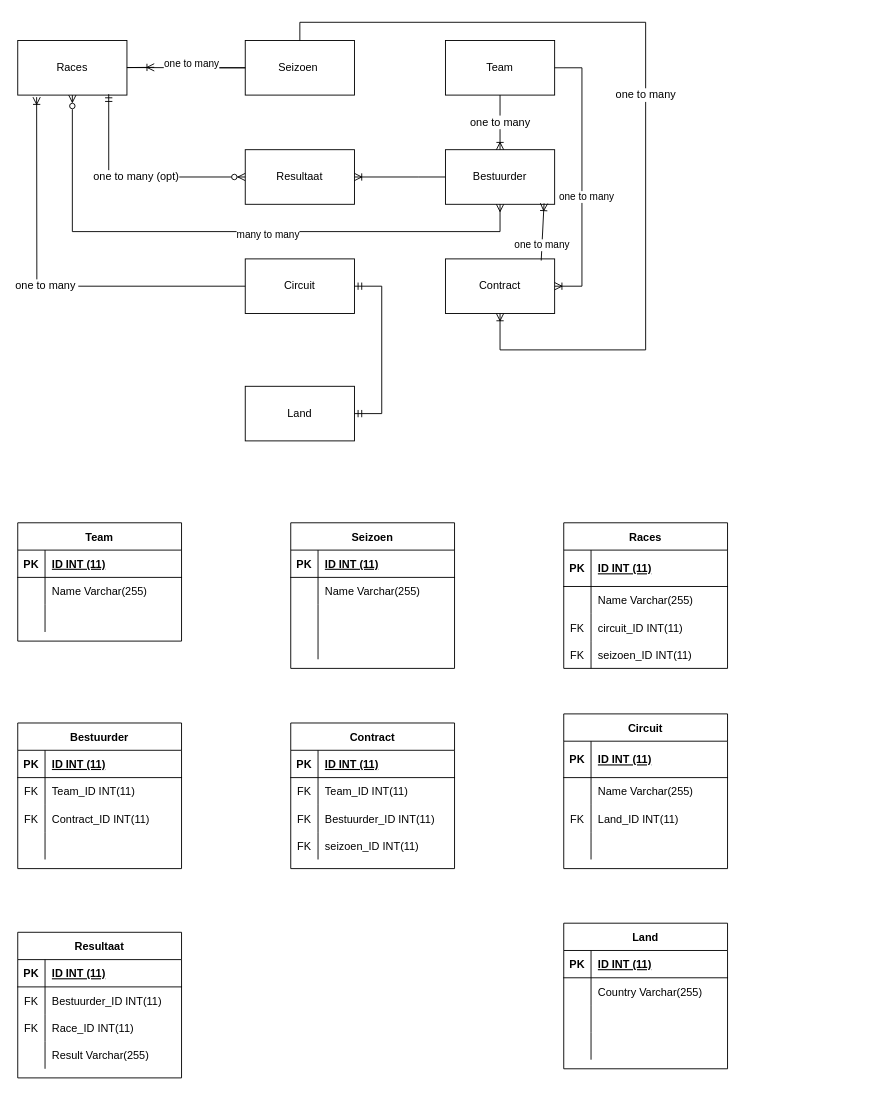
Earlier version of the draw.io diagram Untitled Diagram.drawio (Thijmen-Stegenga/ERD). Source tidied: cells renumbered, new cells numbered last; positions are measured from the earlier drawing's top-left corner, leaving out a move shared by most shapes. Both pictures are drawn from the tidied source at 91%, with x=0, y=0 at pixel (17, 22).
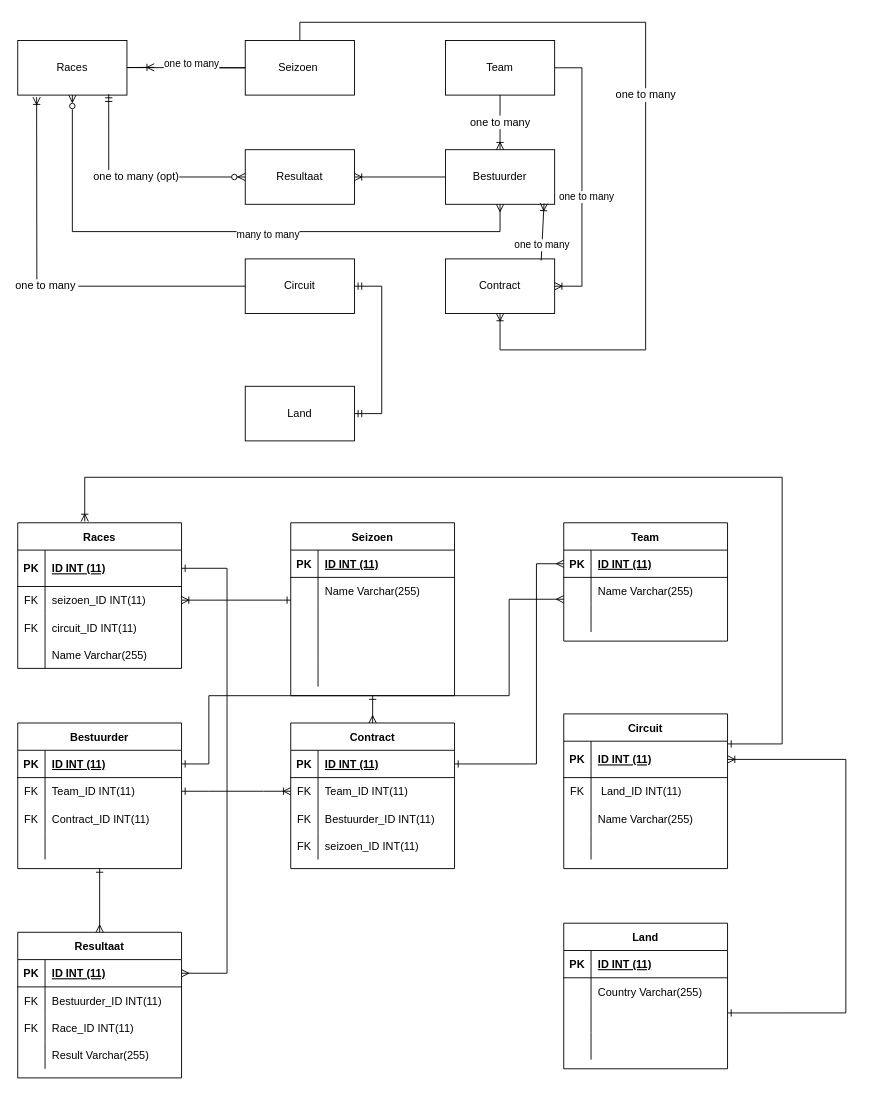
The same page after the edit.

Unchanged cells that the change refers to:
```xml
<mxCell id="25" style="shape=tableRow;horizontal=0;startSize=0;swimlaneHead=0;swimlaneBody=0;fillColor=none;points=[[0,0.5],[1,0.5]];portConstraint=eastwest;top=0;left=0;right=0;bottom=1;" parent="24" vertex="1">
  <mxGeometry y="30" width="180" height="40" as="geometry" />
</mxCell>
<mxCell id="28" style="shape=tableRow;horizontal=0;startSize=0;swimlaneHead=0;swimlaneBody=0;fillColor=none;points=[[0,0.5],[1,0.5]];portConstraint=eastwest;top=0;left=0;right=0;bottom=0;" parent="24" vertex="1">
  <mxGeometry y="70" width="180" height="30" as="geometry" />
</mxCell>
<mxCell id="34" style="shape=tableRow;horizontal=0;startSize=0;swimlaneHead=0;swimlaneBody=0;fillColor=none;top=0;left=0;right=0;bottom=0;" parent="24" vertex="1">
  <mxGeometry y="130" width="180" height="30" as="geometry" />
</mxCell>
<mxCell id="38" style="shape=tableRow;horizontal=0;startSize=0;swimlaneHead=0;swimlaneBody=0;fillColor=none;points=[[0,0.5],[1,0.5]];portConstraint=eastwest;top=0;left=0;right=0;bottom=1;" parent="37" vertex="1">
  <mxGeometry y="30" width="180" height="40" as="geometry" />
</mxCell>
<mxCell id="41" style="shape=tableRow;horizontal=0;startSize=0;swimlaneHead=0;swimlaneBody=0;fillColor=none;top=0;left=0;right=0;bottom=0;" parent="37" vertex="1">
  <mxGeometry y="70" width="180" height="30" as="geometry" />
</mxCell>
<mxCell id="44" style="shape=tableRow;horizontal=0;startSize=0;swimlaneHead=0;swimlaneBody=0;fillColor=none;top=0;left=0;right=0;bottom=0;" parent="37" vertex="1">
  <mxGeometry y="100" width="180" height="30" as="geometry" />
</mxCell>
<mxCell id="57" style="shape=tableRow;horizontal=0;startSize=0;swimlaneHead=0;swimlaneBody=0;fillColor=none;points=[[0,0.5],[1,0.5]];portConstraint=eastwest;top=0;left=0;right=0;bottom=0;" parent="50" vertex="1">
  <mxGeometry y="90" width="180" height="30" as="geometry" />
</mxCell>
<mxCell id="67" style="shape=tableRow;horizontal=0;startSize=0;swimlaneHead=0;swimlaneBody=0;fillColor=none;points=[[0,0.5],[1,0.5]];portConstraint=eastwest;top=0;left=0;right=0;bottom=0;" parent="63" vertex="1">
  <mxGeometry y="60" width="180" height="30" as="geometry" />
</mxCell>
<mxCell id="77" style="shape=tableRow;horizontal=0;startSize=0;swimlaneHead=0;swimlaneBody=0;fillColor=none;points=[[0,0.5],[1,0.5]];portConstraint=eastwest;top=0;left=0;right=0;bottom=1;" parent="76" vertex="1">
  <mxGeometry y="30" width="180" height="30" as="geometry" />
</mxCell>
<mxCell id="80" style="shape=tableRow;horizontal=0;startSize=0;swimlaneHead=0;swimlaneBody=0;fillColor=none;points=[[0,0.5],[1,0.5]];portConstraint=eastwest;top=0;left=0;right=0;bottom=0;" parent="76" vertex="1">
  <mxGeometry y="60" width="180" height="30" as="geometry" />
</mxCell>
<mxCell id="86" value="Contract" style="shape=table;startSize=30;childLayout=tableLayout;rowLines=0;fontStyle=1;align=center;" parent="1" vertex="1">
  <mxGeometry x="300" y="770" width="180" height="160" as="geometry" />
</mxCell>
<mxCell id="87" style="shape=tableRow;horizontal=0;startSize=0;swimlaneHead=0;swimlaneBody=0;fillColor=none;points=[[0,0.5],[1,0.5]];portConstraint=eastwest;top=0;left=0;right=0;bottom=1;" parent="86" vertex="1">
  <mxGeometry y="30" width="180" height="30" as="geometry" />
</mxCell>
<mxCell id="90" style="shape=tableRow;horizontal=0;startSize=0;swimlaneHead=0;swimlaneBody=0;fillColor=none;points=[[0,0.5],[1,0.5]];portConstraint=eastwest;top=0;left=0;right=0;bottom=0;" parent="86" vertex="1">
  <mxGeometry y="60" width="180" height="30" as="geometry" />
</mxCell>
<mxCell id="99" value="Bestuurder" style="shape=table;startSize=30;childLayout=tableLayout;rowLines=0;fontStyle=1;align=center;" parent="1" vertex="1">
  <mxGeometry y="770" width="180" height="160" as="geometry" />
</mxCell>
<mxCell id="100" style="shape=tableRow;horizontal=0;startSize=0;swimlaneHead=0;swimlaneBody=0;fillColor=none;points=[[0,0.5],[1,0.5]];portConstraint=eastwest;top=0;left=0;right=0;bottom=1;" parent="99" vertex="1">
  <mxGeometry y="30" width="180" height="30" as="geometry" />
</mxCell>
<mxCell id="103" style="shape=tableRow;horizontal=0;startSize=0;swimlaneHead=0;swimlaneBody=0;fillColor=none;points=[[0,0.5],[1,0.5]];portConstraint=eastwest;top=0;left=0;right=0;bottom=0;" parent="99" vertex="1">
  <mxGeometry y="60" width="180" height="30" as="geometry" />
</mxCell>
<mxCell id="112" value="Resultaat" style="shape=table;startSize=30;childLayout=tableLayout;rowLines=0;fontStyle=1;align=center;" parent="1" vertex="1">
  <mxGeometry y="1000" width="180" height="160" as="geometry" />
</mxCell>
<mxCell id="113" style="shape=tableRow;horizontal=0;startSize=0;swimlaneHead=0;swimlaneBody=0;fillColor=none;points=[[0,0.5],[1,0.5]];portConstraint=eastwest;top=0;left=0;right=0;bottom=1;" parent="112" vertex="1">
  <mxGeometry y="30" width="180" height="30" as="geometry" />
</mxCell>
```

What changed in the source:
```diff
@@
     <mxCell id="24" value="Races" style="shape=table;startSize=30;childLayout=tableLayout;rowLines=0;fontStyle=1;align=center;" parent="1" vertex="1">
-      <mxGeometry x="600" y="550" width="180" height="160" as="geometry" />
+      <mxGeometry y="550" width="180" height="160" as="geometry" />
     </mxCell>
@@
-    <mxCell id="29" style="shape=partialRectangle;fillColor=none;top=0;left=0;bottom=0;right=0;overflow=hidden;" parent="28" vertex="1">
+    <mxCell id="29" value="FK" style="shape=partialRectangle;fillColor=none;top=0;left=0;bottom=0;right=0;overflow=hidden;" parent="28" vertex="1">
       <mxGeometry width="30" height="30" as="geometry" />
     </mxCell>
-    <mxCell id="30" value="Name Varchar(255)" style="shape=partialRectangle;fillColor=none;top=0;left=0;bottom=0;right=0;align=left;spacingLeft=6;overflow=hidden;" parent="28" vertex="1">
+    <mxCell id="30" value="seizoen_ID INT(11)" style="shape=partialRectangle;fillColor=none;top=0;left=0;bottom=0;right=0;align=left;spacingLeft=6;overflow=hidden;" parent="28" vertex="1">
       <mxGeometry x="30" width="150" height="30" as="geometry" />
     </mxCell>
@@
-    <mxCell id="35" value="FK" style="shape=partialRectangle;fillColor=none;top=0;left=0;bottom=0;right=0;overflow=hidden;" parent="34" vertex="1">
+    <mxCell id="35" style="shape=partialRectangle;fillColor=none;top=0;left=0;bottom=0;right=0;overflow=hidden;" parent="34" vertex="1">
       <mxGeometry width="30" height="30" as="geometry" />
     </mxCell>
-    <mxCell id="36" value="seizoen_ID INT(11)" style="shape=partialRectangle;fillColor=none;top=0;left=0;bottom=0;right=0;align=left;spacingLeft=6;overflow=hidden;" parent="34" vertex="1">
+    <mxCell id="36" value="Name Varchar(255)" style="shape=partialRectangle;fillColor=none;top=0;left=0;bottom=0;right=0;align=left;spacingLeft=6;overflow=hidden;" parent="34" vertex="1">
       <mxGeometry x="30" width="150" height="30" as="geometry" />
     </mxCell>
@@
-    <mxCell id="42" style="shape=partialRectangle;fillColor=none;top=0;left=0;bottom=0;right=0;overflow=hidden;" parent="41" vertex="1">
+    <mxCell id="42" value="FK" style="shape=partialRectangle;fillColor=none;top=0;left=0;bottom=0;right=0;overflow=hidden;" parent="41" vertex="1">
       <mxGeometry width="30" height="30" as="geometry" />
     </mxCell>
-    <mxCell id="43" value="Name Varchar(255)" style="shape=partialRectangle;fillColor=none;top=0;left=0;bottom=0;right=0;align=left;spacingLeft=6;overflow=hidden;" parent="41" vertex="1">
+    <mxCell id="43" value=" Land_ID INT(11)" style="shape=partialRectangle;fillColor=none;top=0;left=0;bottom=0;right=0;align=left;spacingLeft=6;overflow=hidden;" parent="41" vertex="1">
       <mxGeometry x="30" width="150" height="30" as="geometry" />
     </mxCell>
@@
-    <mxCell id="45" value="FK" style="shape=partialRectangle;fillColor=none;top=0;left=0;bottom=0;right=0;overflow=hidden;" parent="44" vertex="1">
+    <mxCell id="45" style="shape=partialRectangle;fillColor=none;top=0;left=0;bottom=0;right=0;overflow=hidden;" parent="44" vertex="1">
       <mxGeometry width="30" height="30" as="geometry" />
     </mxCell>
-    <mxCell id="46" value="Land_ID INT(11)" style="shape=partialRectangle;fillColor=none;top=0;left=0;bottom=0;right=0;align=left;spacingLeft=6;overflow=hidden;" parent="44" vertex="1">
+    <mxCell id="46" value="Name Varchar(255)" style="shape=partialRectangle;fillColor=none;top=0;left=0;bottom=0;right=0;align=left;spacingLeft=6;overflow=hidden;" parent="44" vertex="1">
       <mxGeometry x="30" width="150" height="30" as="geometry" />
     </mxCell>
@@
     <mxCell id="63" value="Seizoen" style="shape=table;startSize=30;childLayout=tableLayout;rowLines=0;fontStyle=1;align=center;" parent="1" vertex="1">
-      <mxGeometry x="300" y="550" width="180" height="160" as="geometry" />
+      <mxGeometry x="300" y="550" width="180" height="190" as="geometry" />
     </mxCell>
@@
+    <mxCell id="125" style="shape=tableRow;horizontal=0;startSize=0;swimlaneHead=0;swimlaneBody=0;fillColor=none;top=0;left=0;right=0;bottom=0;" parent="63" vertex="1">
+      <mxGeometry y="120" width="180" height="30" as="geometry" />
+    </mxCell>
+    <mxCell id="126" style="shape=partialRectangle;fillColor=none;top=0;left=0;bottom=0;right=0;overflow=hidden;" parent="125" vertex="1">
+      <mxGeometry width="30" height="30" as="geometry" />
+    </mxCell>
+    <mxCell id="127" style="shape=partialRectangle;fillColor=none;top=0;left=0;bottom=0;right=0;align=left;spacingLeft=6;overflow=hidden;" parent="125" vertex="1">
+      <mxGeometry x="30" width="150" height="30" as="geometry" />
+    </mxCell>
     <mxCell id="73" style="shape=tableRow;horizontal=0;startSize=0;swimlaneHead=0;swimlaneBody=0;fillColor=none;top=0;left=0;right=0;bottom=0;" parent="63" vertex="1">
-      <mxGeometry y="120" width="180" height="30" as="geometry" />
+      <mxGeometry y="150" width="180" height="30" as="geometry" />
     </mxCell>
@@
     <mxCell id="76" value="Team" style="shape=table;startSize=30;childLayout=tableLayout;rowLines=0;fontStyle=1;align=center;" parent="1" vertex="1">
-      <mxGeometry y="550" width="180" height="130" as="geometry" />
+      <mxGeometry x="600" y="550" width="180" height="130" as="geometry" />
     </mxCell>
@@
+    <mxCell id="128" style="fontSize=12;html=1;endArrow=ERmany;rounded=0;edgeStyle=orthogonalEdgeStyle;exitX=1;exitY=0.5;exitDx=0;exitDy=0;entryX=0;entryY=0.5;entryDx=0;entryDy=0;startArrow=ERone;startFill=0;" parent="1" edge="1" source="87" target="77">
+      <mxGeometry relative="1" as="geometry">
+        <Array as="points">
+          <mxPoint x="570" y="815" />
+          <mxPoint x="570" y="595" />
+        </Array>
+      </mxGeometry>
+    </mxCell>
+    <mxCell id="129" style="edgeStyle=orthogonalEdgeStyle;fontSize=12;html=1;endArrow=ERmany;rounded=0;exitX=1;exitY=0.5;exitDx=0;exitDy=0;startArrow=ERone;startFill=0;" parent="1" edge="1" source="100" target="80">
+      <mxGeometry relative="1" as="geometry">
+        <Array as="points">
+          <mxPoint x="210" y="815" />
+          <mxPoint x="210" y="740" />
+          <mxPoint x="540" y="740" />
+          <mxPoint x="540" y="634" />
+        </Array>
+      </mxGeometry>
+    </mxCell>
+    <mxCell id="130" style="fontSize=12;html=1;endArrow=ERmany;rounded=0;exitX=0.5;exitY=1;exitDx=0;exitDy=0;entryX=0.5;entryY=0;entryDx=0;entryDy=0;startArrow=ERone;startFill=0;" parent="1" edge="1" source="99" target="112">
+      <mxGeometry relative="1" as="geometry" />
+    </mxCell>
+    <mxCell id="131" style="edgeStyle=entityRelationEdgeStyle;fontSize=12;html=1;endArrow=ERoneToMany;rounded=0;exitX=1;exitY=0.5;exitDx=0;exitDy=0;entryX=0;entryY=0.5;entryDx=0;entryDy=0;startArrow=ERone;startFill=0;" parent="1" edge="1" source="103" target="90">
+      <mxGeometry relative="1" as="geometry" />
+    </mxCell>
+    <mxCell id="132" style="edgeStyle=orthogonalEdgeStyle;fontSize=12;html=1;endArrow=ERmany;rounded=0;exitX=1;exitY=0.5;exitDx=0;exitDy=0;startArrow=ERone;startFill=0;entryX=1;entryY=0.5;entryDx=0;entryDy=0;" parent="1" edge="1" source="25" target="113">
+      <mxGeometry relative="1" as="geometry">
+        <Array as="points">
+          <mxPoint x="230" y="600" />
+          <mxPoint x="230" y="1045" />
+        </Array>
+      </mxGeometry>
+    </mxCell>
+    <mxCell id="133" style="edgeStyle=orthogonalEdgeStyle;fontSize=12;html=1;endArrow=ERmany;rounded=0;exitX=0.5;exitY=1;exitDx=0;exitDy=0;entryX=0.5;entryY=0;entryDx=0;entryDy=0;startArrow=ERone;startFill=0;" parent="1" edge="1" source="63" target="86">
+      <mxGeometry relative="1" as="geometry" />
+    </mxCell>
+    <mxCell id="134" style="fontSize=12;html=1;endArrow=ERoneToMany;rounded=0;exitX=0;exitY=0.833;exitDx=0;exitDy=0;entryX=1;entryY=0.5;entryDx=0;entryDy=0;exitPerimeter=0;startArrow=ERone;startFill=0;" parent="1" edge="1" source="67" target="28">
+      <mxGeometry relative="1" as="geometry" />
+    </mxCell>
+    <mxCell id="135" style="edgeStyle=orthogonalEdgeStyle;fontSize=12;html=1;endArrow=ERoneToMany;rounded=0;exitX=1;exitY=0.287;exitDx=0;exitDy=0;exitPerimeter=0;startArrow=ERone;startFill=0;entryX=1;entryY=0.5;entryDx=0;entryDy=0;" parent="1" edge="1" source="57" target="38">
+      <mxGeometry relative="1" as="geometry">
+        <Array as="points">
+          <mxPoint x="910" y="1089" />
+          <mxPoint x="910" y="810" />
+        </Array>
+      </mxGeometry>
+    </mxCell>
+    <mxCell id="136" style="edgeStyle=orthogonalEdgeStyle;fontSize=12;html=1;endArrow=ERoneToMany;rounded=0;entryX=0.409;entryY=-0.009;entryDx=0;entryDy=0;entryPerimeter=0;startArrow=ERone;startFill=0;" parent="1" edge="1" target="24">
+      <mxGeometry relative="1" as="geometry">
+        <mxPoint x="780" y="793" as="sourcePoint" />
+        <Array as="points">
+          <mxPoint x="840" y="793" />
+          <mxPoint x="840" y="500" />
+          <mxPoint x="74" y="500" />
+        </Array>
+      </mxGeometry>
+    </mxCell>
```
